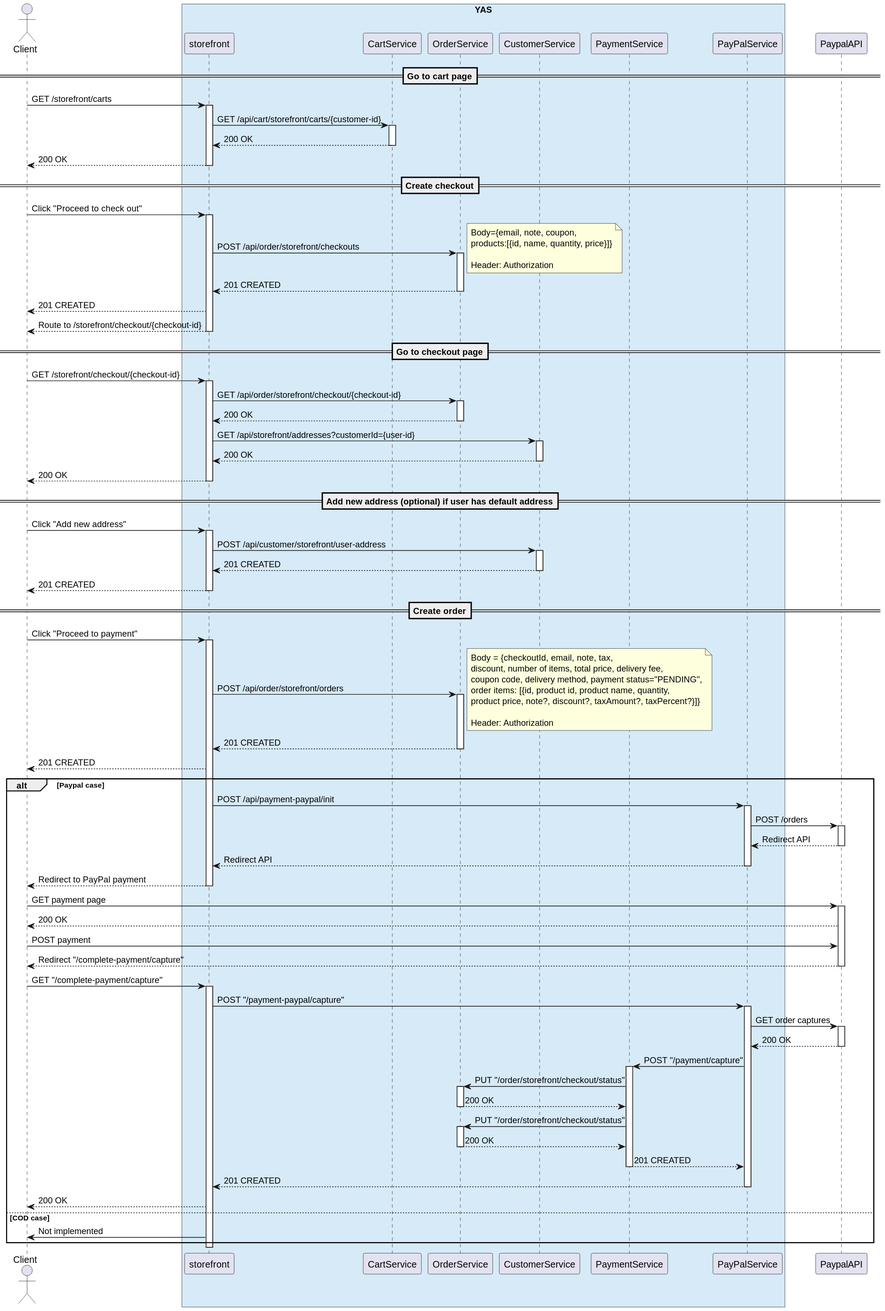
The PlantUML diagram order/docs/img/Current Order flow.svg in nashtech-garage/yas, before a commit.
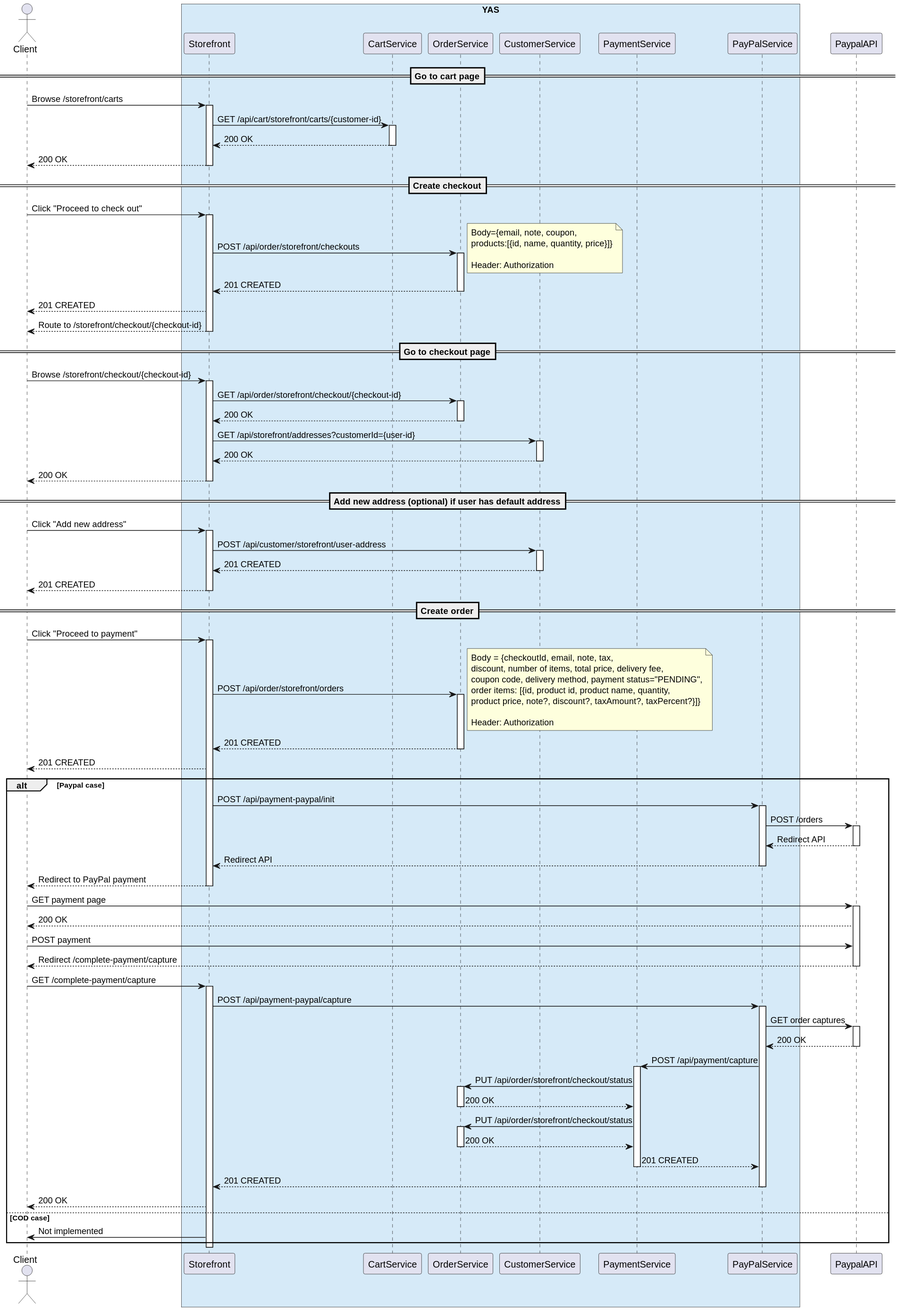
The same file after the commit.

Commit message:
Small change in sequence diagrams

The edit, as a diff of the source:
```diff
@@ -1,7 +1,7 @@
 @startuml
 actor Client
 box "YAS" #D6EAF8
-participant storefront as NextJs
+participant Storefront as NextJs
 participant CartService as cart
 participant OrderService as order
 participant CustomerService as customer
@@ -10,7 +10,7 @@
 end box
 participant PaypalAPI as ppAPI
 ==Go to cart page==
-Client -> NextJs: GET /storefront/carts
+Client -> NextJs: Browse /storefront/carts
 activate NextJs
 NextJs -> cart: GET /api/cart/storefront/carts/{customer-id}
 activate cart
@@ -35,7 +35,7 @@
 NextJs --> Client: Route to /storefront/checkout/{checkout-id}
 deactivate NextJs
 ==Go to checkout page==
-Client -> NextJs: GET /storefront/checkout/{checkout-id}
+Client -> NextJs: Browse /storefront/checkout/{checkout-id}
 activate NextJs
 NextJs -> order: GET /api/order/storefront/checkout/{checkout-id}
 activate order
@@ -88,23 +88,23 @@
     activate ppAPI
     ppAPI --> Client: 200 OK
     Client -> ppAPI: POST payment
-    ppAPI --> Client: Redirect "/complete-payment/capture"
+    ppAPI --> Client: Redirect /complete-payment/capture
     deactivate ppAPI
-    Client -> NextJs: GET "/complete-payment/capture"
+    Client -> NextJs: GET /complete-payment/capture
     activate NextJs
-    NextJs -> ppal: POST "/payment-paypal/capture"
+    NextJs -> ppal: POST /api/payment-paypal/capture
     activate ppal
     ppal -> ppAPI: GET order captures
     activate ppAPI
     ppAPI --> ppal: 200 OK
     deactivate ppAPI
-    ppal -> payment: POST "/payment/capture"
+    ppal -> payment: POST /api/payment/capture
     activate payment
-    payment -> order: PUT "/order/storefront/checkout/status"
+    payment -> order: PUT /api/order/storefront/checkout/status
     activate order
     order --> payment: 200 OK
     deactivate order
-    payment -> order: PUT "/order/storefront/checkout/status"
+    payment -> order: PUT /api/order/storefront/checkout/status
     activate order
     order --> payment: 200 OK
     deactivate order
```
